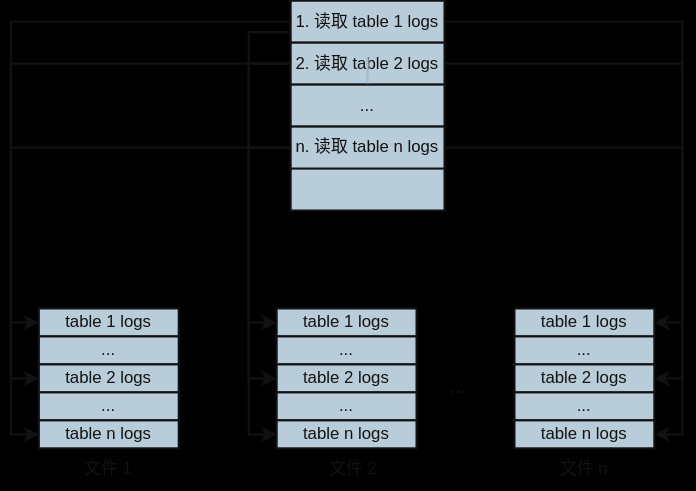
The draw.io diagram rockswal.drawio.svg in Rachelint/drawio-store, before a commit. Source tidied: cells renumbered, new cells last; positions are measured from the earlier drawing's top-left corner, leaving out a move shared by most shapes.
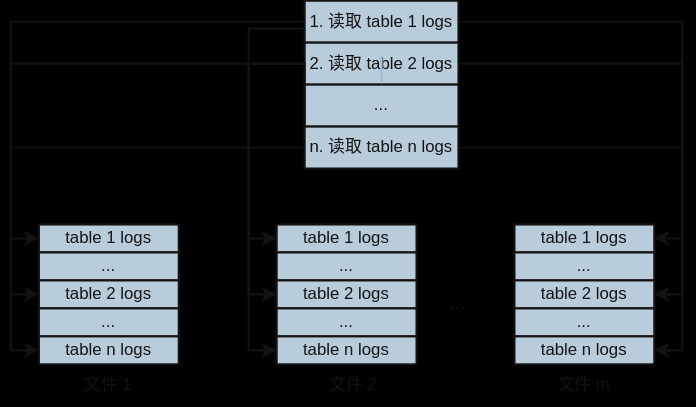
After the change.

What changed in the source:
```diff
@@ -2,9 +2,6 @@
   <root>
     <mxCell id="0" />
     <mxCell id="1" parent="0" />
-    <mxCell id="2" style="rounded=0;whiteSpace=wrap;html=1;fillColor=#182E3E;strokeColor=#FFFFFF;fontColor=#FFFFFF;labelBackgroundColor=none;strokeWidth=1.5;" parent="1" vertex="1">
-      <mxGeometry x="180" width="110" height="150" as="geometry" />
-    </mxCell>
     <mxCell id="3" value="&lt;font color=&quot;#ffffff&quot;&gt;table 1 logs&lt;br&gt;&lt;/font&gt;" style="rounded=0;whiteSpace=wrap;html=1;labelBackgroundColor=none;fillColor=#182E3E;strokeColor=#FFFFFF;fontColor=#FFFFFF;strokeWidth=1.5;" parent="1" vertex="1">
       <mxGeometry y="220" width="100" height="20" as="geometry" />
     </mxCell>
@@ -44,7 +41,8 @@
     <mxCell id="15" style="edgeStyle=orthogonalEdgeStyle;rounded=0;jettySize=auto;html=1;exitX=0;exitY=0.75;exitDx=0;exitDy=0;entryX=0;entryY=0.5;entryDx=0;entryDy=0;strokeColor=#FFFFFF;strokeWidth=1.5;" parent="1" edge="1" source="18" target="7">
       <mxGeometry relative="1" as="geometry">
         <Array as="points">
-          <mxPoint x="150" y="23" />
+          <mxPoint x="190" y="80" />
+          <mxPoint x="150" y="80" />
           <mxPoint x="150" y="230" />
         </Array>
       </mxGeometry>
@@ -56,12 +54,12 @@
       <mxGeometry relative="1" as="geometry" />
     </mxCell>
     <mxCell id="18" value="1. 读取 table 1 logs" style="text;html=1;align=center;verticalAlign=middle;whiteSpace=wrap;rounded=0;fillColor=#182E3E;strokeColor=#FFFFFF;fontColor=#FFFFFF;labelBackgroundColor=none;strokeWidth=1.5;" parent="1" vertex="1">
-      <mxGeometry x="180" width="110" height="30" as="geometry" />
+      <mxGeometry x="190" y="60" width="110" height="30" as="geometry" />
     </mxCell>
     <mxCell id="19" style="edgeStyle=orthogonalEdgeStyle;rounded=0;jettySize=auto;html=1;exitX=0;exitY=0.5;exitDx=0;exitDy=0;entryX=0;entryY=0.5;entryDx=0;entryDy=0;strokeColor=#FFFFFF;strokeWidth=1.5;" parent="1" edge="1" source="22" target="9">
       <mxGeometry relative="1" as="geometry">
         <Array as="points">
-          <mxPoint x="150" y="45" />
+          <mxPoint x="150" y="105" />
           <mxPoint x="150" y="270" />
         </Array>
       </mxGeometry>
@@ -73,13 +71,13 @@
       <mxGeometry relative="1" as="geometry" />
     </mxCell>
     <mxCell id="22" value="2. 读取 table 2 logs" style="text;html=1;align=center;verticalAlign=middle;whiteSpace=wrap;rounded=0;fillColor=#182E3E;strokeColor=#FFFFFF;fontColor=#FFFFFF;labelBackgroundColor=none;strokeWidth=1.5;" parent="1" vertex="1">
-      <mxGeometry x="180" y="30" width="110" height="30" as="geometry" />
+      <mxGeometry x="190" y="90" width="110" height="30" as="geometry" />
     </mxCell>
     <mxCell id="23" style="edgeStyle=orthogonalEdgeStyle;rounded=0;jettySize=auto;html=1;strokeColor=#23445D;strokeWidth=1.5;" parent="1" edge="1" source="24" target="22">
       <mxGeometry relative="1" as="geometry" />
     </mxCell>
     <mxCell id="24" value="..." style="text;html=1;align=center;verticalAlign=middle;whiteSpace=wrap;rounded=0;fillColor=#182E3E;strokeColor=#FFFFFF;fontColor=#FFFFFF;labelBackgroundColor=none;strokeWidth=1.5;" parent="1" vertex="1">
-      <mxGeometry x="180" y="60" width="110" height="30" as="geometry" />
+      <mxGeometry x="190" y="120" width="110" height="30" as="geometry" />
     </mxCell>
     <mxCell id="25" style="edgeStyle=orthogonalEdgeStyle;rounded=0;jettySize=auto;html=1;exitX=0;exitY=0.5;exitDx=0;exitDy=0;entryX=0;entryY=0.5;entryDx=0;entryDy=0;strokeColor=#FFFFFF;strokeWidth=1.5;" parent="1" edge="1" source="28" target="32">
       <mxGeometry relative="1" as="geometry" />
@@ -96,7 +94,7 @@
       <mxGeometry relative="1" as="geometry" />
     </mxCell>
     <mxCell id="28" value="n. 读取 table n logs" style="text;html=1;align=center;verticalAlign=middle;whiteSpace=wrap;rounded=0;fillColor=#182E3E;strokeColor=#FFFFFF;fontColor=#FFFFFF;labelBackgroundColor=none;strokeWidth=1.5;" parent="1" vertex="1">
-      <mxGeometry x="180" y="90" width="110" height="30" as="geometry" />
+      <mxGeometry x="190" y="150" width="110" height="30" as="geometry" />
     </mxCell>
     <mxCell id="29" value="文件 1" style="text;html=1;strokeColor=none;fillColor=none;align=center;verticalAlign=middle;whiteSpace=wrap;rounded=0;fontColor=#FFFFFF;" parent="1" vertex="1">
       <mxGeometry x="20" y="320" width="60" height="30" as="geometry" />
@@ -104,7 +102,7 @@
     <mxCell id="30" value="文件 2" style="text;html=1;strokeColor=none;fillColor=none;align=center;verticalAlign=middle;whiteSpace=wrap;rounded=0;fontColor=#FFFFFF;" parent="1" vertex="1">
       <mxGeometry x="195" y="320" width="60" height="30" as="geometry" />
     </mxCell>
-    <mxCell id="31" value="文件 n" style="text;html=1;strokeColor=none;fillColor=none;align=center;verticalAlign=middle;whiteSpace=wrap;rounded=0;fontColor=#FFFFFF;" parent="1" vertex="1">
+    <mxCell id="31" value="文件 m" style="text;html=1;strokeColor=none;fillColor=none;align=center;verticalAlign=middle;whiteSpace=wrap;rounded=0;fontColor=#FFFFFF;" parent="1" vertex="1">
       <mxGeometry x="360" y="320" width="60" height="30" as="geometry" />
     </mxCell>
     <mxCell id="32" value="table n logs" style="rounded=0;whiteSpace=wrap;html=1;labelBackgroundColor=none;fillColor=#182E3E;strokeColor=#FFFFFF;fontColor=#FFFFFF;strokeWidth=1.5;" parent="1" vertex="1">
```
